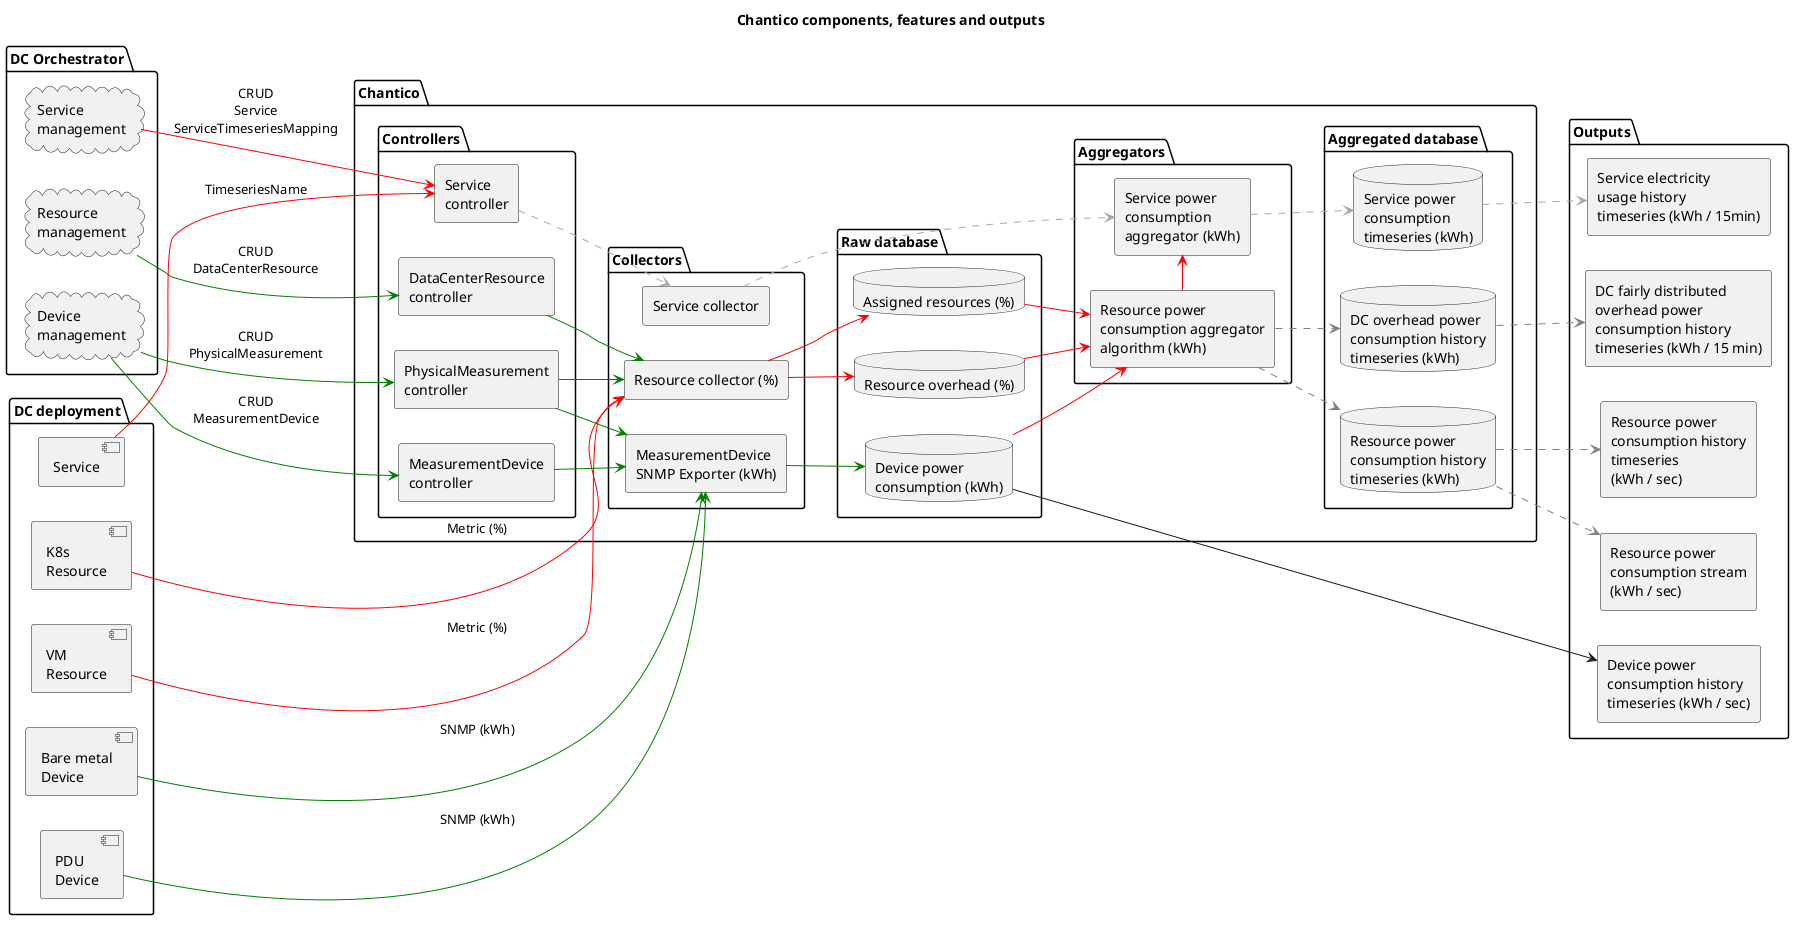
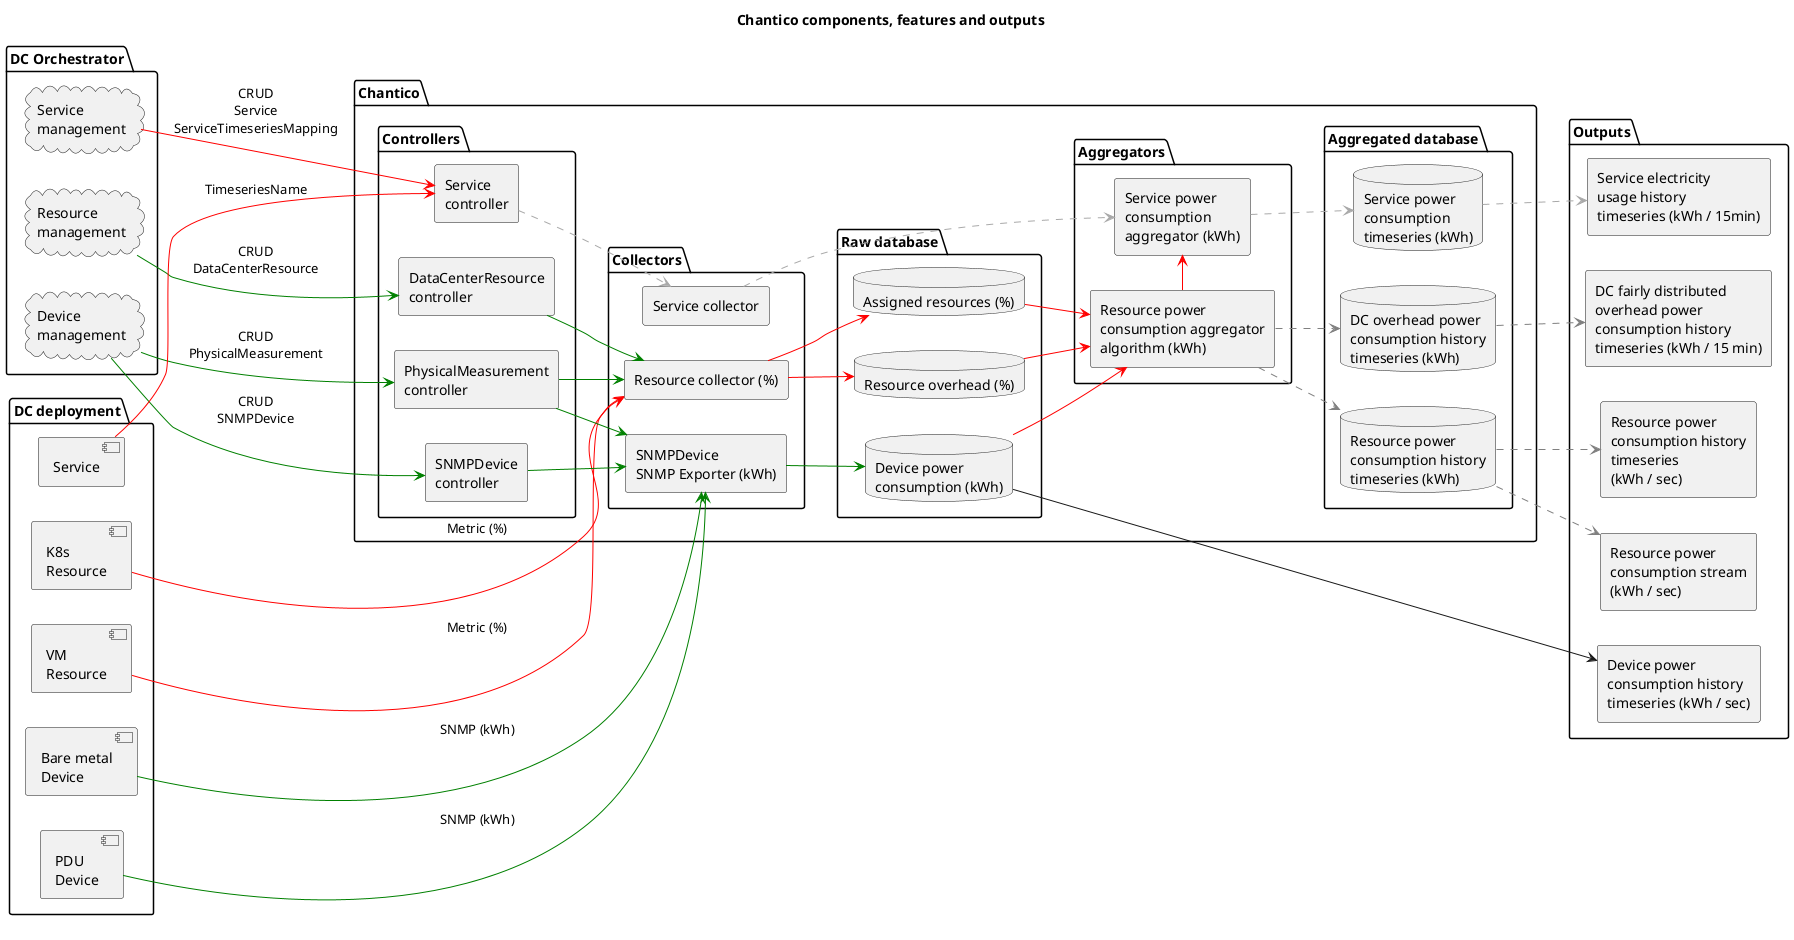
@startuml
left to right direction
skinparam wrapWidth 200
skinparam maxMessageSize 200

title Chantico components, features and outputs

package "DC Orchestrator" {
    cloud "Service\nmanagement" as ServiceMgmt
    cloud "Resource\nmanagement" as ResourceMgmt
    cloud "Device\nmanagement" as DeviceMgmt
}

package "DC deployment" {
    component "Service" as ServiceDep
    component "K8s\nResource" as K8sDep
    component "VM\nResource" as VMDep
    component "Bare metal\nDevice" as DeviceDep
    component "PDU\nDevice" as PDUDep
}

skinparam componentStyle rectangle

package "Chantico" {
    package "Controllers" {
        component "Service\ncontroller" as ServiceCtrl
        component "DataCenterResource\ncontroller" as DataCenterResourceCtrl
-         component "MeasurementDevice\ncontroller" as MeasurementDeviceCtrl
+         component "SNMPDevice\ncontroller" as SNMPDeviceCtrl
        component "PhysicalMeasurement\ncontroller" as PhysicalMeasurementCtrl
    }

    package "Collectors" {
        component "Resource collector (%)" as ResourceCollector
-         component "MeasurementDevice\nSNMP Exporter (kWh)" as SNMPExporter
+         component "SNMPDevice\nSNMP Exporter (kWh)" as SNMPExporter
        component "Service collector" as ServiceCollector
    }

    package "Raw database" {
        database "Resource overhead (%)" as ResourceOverhead
        database "Assigned resources (%)" as ResourceServices

        database "Device power\nconsumption (kWh)" as DeviceKWh
    }

    package "Aggregators" {
        component "Resource power\nconsumption aggregator\nalgorithm (kWh)" as ResourceUsage

        component "Service power\nconsumption\naggregator (kWh)" as ServiceUsage
    }

    package "Aggregated database" {
        database "Resource power\nconsumption history\ntimeseries (kWh)" as ResourceKWhHistory
        database "DC overhead power\nconsumption history\ntimeseries (kWh)" as DCOverhead
        database "Service power\nconsumption\ntimeseries (kWh)" as ServiceKWh
    }
}

' Orchestrator resource registration
ServiceMgmt -[#red]-> ServiceCtrl : CRUD\nService\nServiceTimeseriesMapping
ResourceMgmt -[#green]-> DataCenterResourceCtrl : CRUD\nDataCenterResource
DeviceMgmt -[#green]-> PhysicalMeasurementCtrl : CRUD\nPhysicalMeasurement
- DeviceMgmt -[#green]-> MeasurementDeviceCtrl : CRUD\nMeasurementDevice
+ DeviceMgmt -[#green]-> SNMPDeviceCtrl : CRUD\nSNMPDevice

' Deployed component collectors
ServiceDep -[#red]-> ServiceCtrl : TimeseriesName
K8sDep -[#red]-> ResourceCollector : Metric (%)
VMDep -[#red]-> ResourceCollector : Metric (%)
DeviceDep -[#green]-> SNMPExporter : SNMP (kWh)
PDUDep -[#green]-> SNMPExporter : SNMP (kWh)

' Controller controller/collector jobs
DataCenterResourceCtrl -[#green]-> ResourceCollector
PhysicalMeasurementCtrl -[#green]-> ResourceCollector
PhysicalMeasurementCtrl -[#green]-> SNMPExporter
- MeasurementDeviceCtrl -[#green]-> SNMPExporter
+ SNMPDeviceCtrl -[#green]-> SNMPExporter

' Resource collector splits
ResourceCollector -[#red]-> ResourceOverhead
ResourceCollector -[#red]-> ResourceServices

' Raw timeseries output
SNMPExporter -[#green]-> DeviceKWh

' Resource aggregation
ResourceOverhead -[#red]-> ResourceUsage
ResourceServices -[#red]-> ResourceUsage
DeviceKWh -[#red]> ResourceUsage
ResourceUsage -[#red]> ServiceUsage

' Chantico APIs (next use case)
ResourceUsage -[#grey,dashed]-> ResourceKWhHistory
ResourceUsage -[#grey,dashed]-> DCOverhead

' Service storage (later use case)
ServiceCtrl -[#darkgrey,dashed]-> ServiceCollector
ServiceCollector -[#darkgrey,dashed]-> ServiceUsage
ServiceUsage -[#darkgrey,dashed]-> ServiceKWh

package Outputs {
    component "Service electricity\nusage history\ntimeseries (kWh / 15min)" as ServiceOutput
    component "Resource power\nconsumption history\ntimeseries\n(kWh / sec)" as ResourceHistoryOutput
    component "Resource power\nconsumption stream\n(kWh / sec)" as ResourceStreamOutput
    component "DC fairly distributed\noverhead power\nconsumption history\ntimeseries (kWh / 15 min)" as OverheadOutput
    component "Device power\nconsumption history\ntimeseries (kWh / sec)" as DeviceOutput
}

' Outputs
ServiceKWh -[#darkgrey,dashed]-> ServiceOutput
ResourceKWhHistory -[#grey,dashed]-> ResourceHistoryOutput
ResourceKWhHistory -[#grey,dashed]-> ResourceStreamOutput
DCOverhead -[#grey,dashed]-> OverheadOutput
DeviceKWh --> DeviceOutput

@enduml
